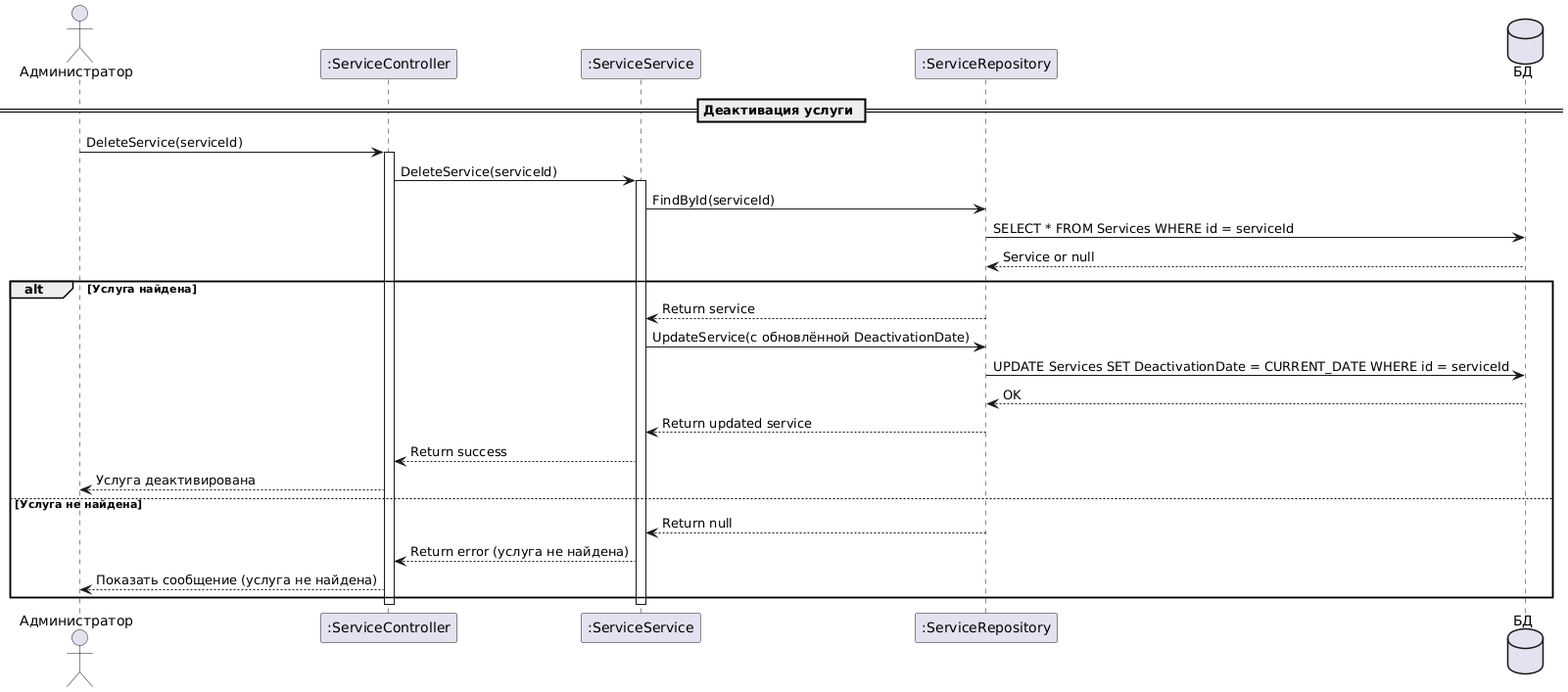
Above: Диаграмма последовательности/Деактивация_услуги.png in Marina200426/PIS-Belonogov-Chelokhsaeva (PlantUML), before the change.
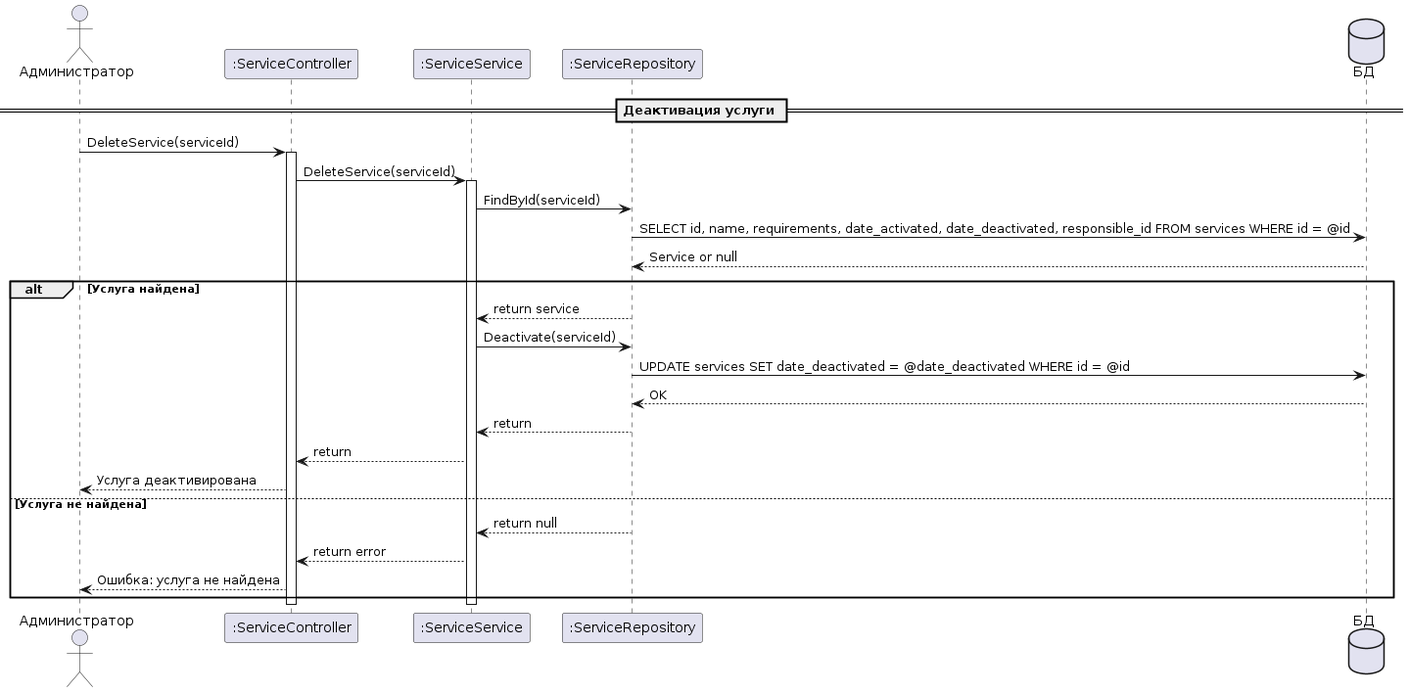
Later version of the same file.

The edit, as a diff of the source:
```diff
@@ -1,6 +1,5 @@
 @startuml
 actor Администратор
-
 participant ":ServiceController"
 participant ":ServiceService"
 participant ":ServiceRepository"
@@ -10,28 +9,25 @@
 
 Администратор -> ":ServiceController" : DeleteService(serviceId)
 activate ":ServiceController"
-
 ":ServiceController" -> ":ServiceService" : DeleteService(serviceId)
 activate ":ServiceService"
 
 ":ServiceService" -> ":ServiceRepository" : FindById(serviceId)
-":ServiceRepository" -> БД : SELECT * FROM Services WHERE id = serviceId
+":ServiceRepository" -> БД : SELECT id, name, requirements, date_activated, date_deactivated, responsible_id FROM services WHERE id = @id
 БД --> ":ServiceRepository" : Service or null
+alt Услуга найдена
+":ServiceRepository" --> ":ServiceService" : return service
+":ServiceService" -> ":ServiceRepository" : Deactivate(serviceId)
 
-alt Услуга найдена
-    ":ServiceRepository" --> ":ServiceService" : Return service
-
-    ":ServiceService" -> ":ServiceRepository" : UpdateService(с обновлённой DeactivationDate)
-    ":ServiceRepository" -> БД : UPDATE Services SET DeactivationDate = CURRENT_DATE WHERE id = serviceId
-    БД --> ":ServiceRepository" : OK
-
-    ":ServiceRepository" --> ":ServiceService" : Return updated service
-    ":ServiceService" --> ":ServiceController" : Return success
-    ":ServiceController" --> Администратор : Услуга деактивирована
+":ServiceRepository" -> БД : UPDATE services SET date_deactivated = @date_deactivated WHERE id = @id
+БД --> ":ServiceRepository" : OK
+":ServiceRepository" --> ":ServiceService" : return
+":ServiceService" --> ":ServiceController" : return
+":ServiceController" --> Администратор : Услуга деактивирована
 else Услуга не найдена
-    ":ServiceRepository" --> ":ServiceService" : Return null
-    ":ServiceService" --> ":ServiceController" : Return error (услуга не найдена)
-    ":ServiceController" --> Администратор : Показать сообщение (услуга не найдена)
+":ServiceRepository" --> ":ServiceService" : return null
+":ServiceService" --> ":ServiceController" : return error
+":ServiceController" --> Администратор : Ошибка: услуга не найдена
 end
 
 deactivate ":ServiceService"
```
